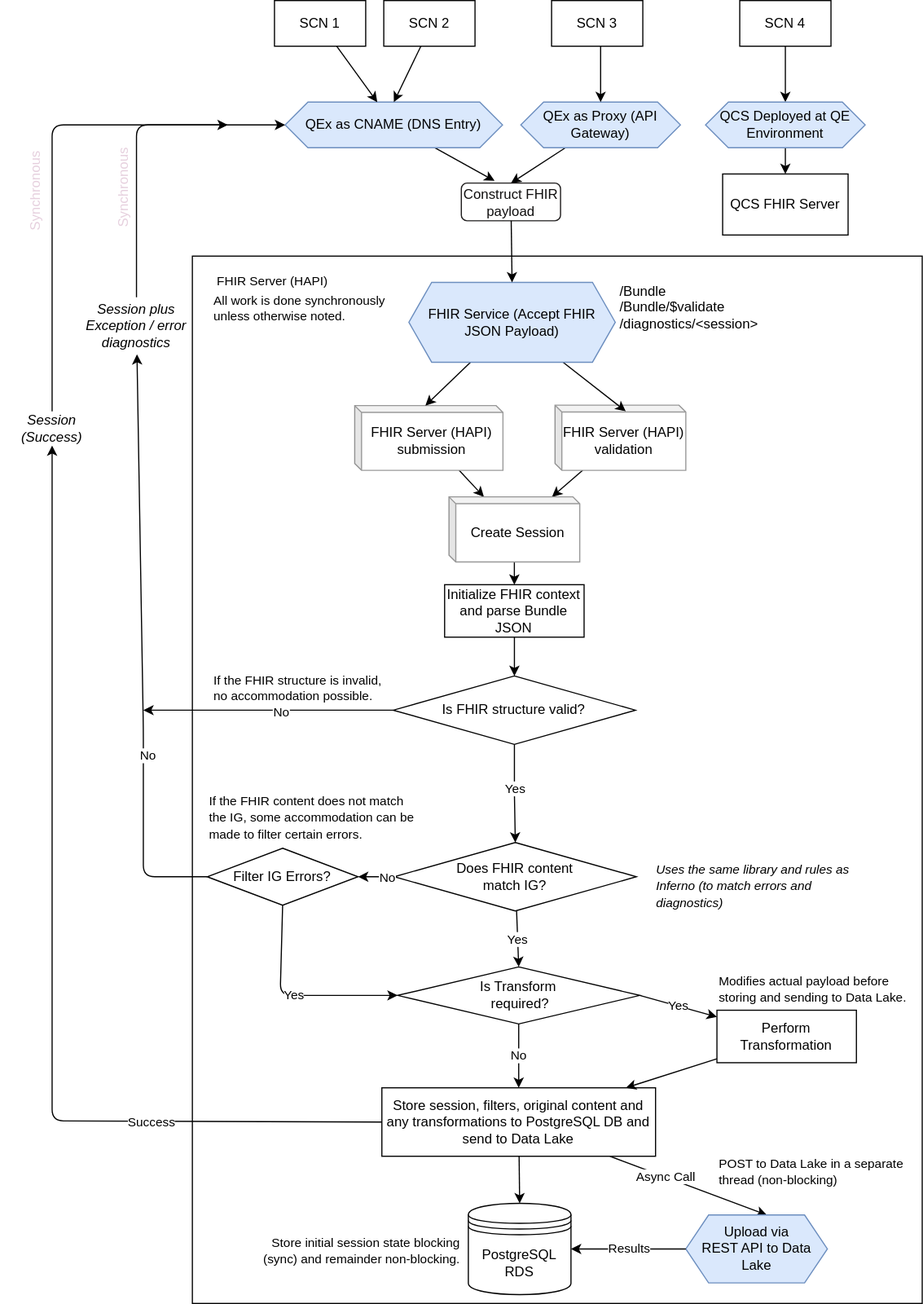
Earlier version of the draw.io export support/docs/qcs-fhir-service.drawio.svg (qe-collaborative-services/1115-hub). Source tidied: cells renumbered, new cells last; positions are measured from the earlier drawing's top-left corner, leaving out a move shared by most shapes.
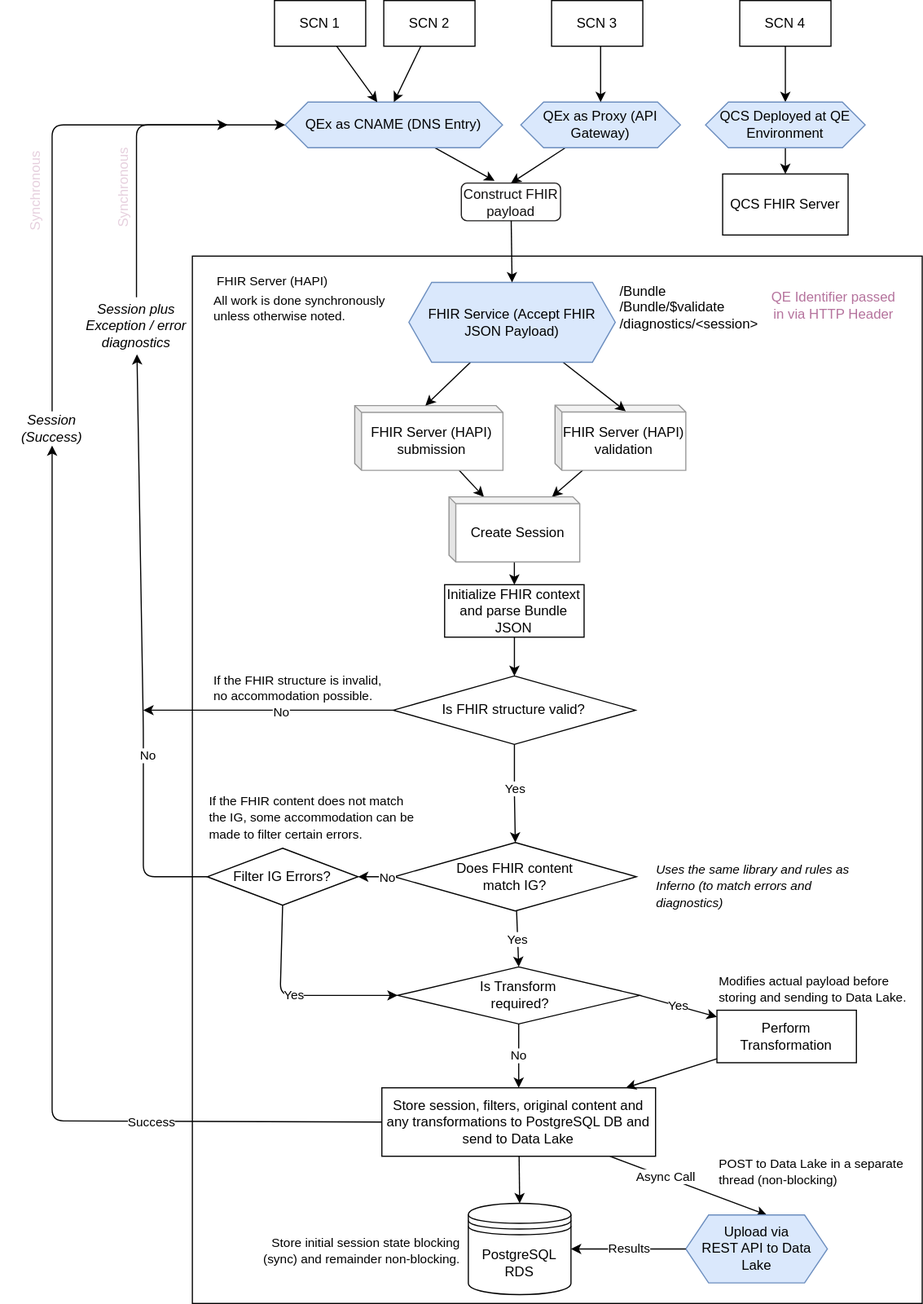
After the commit.

Commit message:
docs: indicate how QE ID is passed in

Change to the diagram source:
```diff
@@ -161,6 +161,9 @@
     <mxCell id="50" value="&lt;div style=&quot;&quot;&gt;&lt;span style=&quot;font-size: 11px; text-wrap: nowrap; background-color: rgb(255, 255, 255);&quot;&gt;If the FHIR structure is invalid,&lt;/span&gt;&lt;/div&gt;&lt;div style=&quot;&quot;&gt;&lt;span style=&quot;font-size: 11px; text-wrap: nowrap; background-color: rgb(255, 255, 255);&quot;&gt;no accommodation possible.&lt;/span&gt;&lt;/div&gt;" style="text;whiteSpace=wrap;html=1;align=left;" parent="7" vertex="1">
       <mxGeometry x="17" y="358" width="180" height="42" as="geometry" />
     </mxCell>
+    <mxCell id="73" value="QE Identifier passed&lt;div&gt;in via HTTP Header&lt;/div&gt;" style="text;html=1;align=center;verticalAlign=middle;strokeColor=none;fillColor=none;fontColor=#B5739D;" parent="7" vertex="1">
+      <mxGeometry x="497" y="23" width="130" height="40" as="geometry" />
+    </mxCell>
     <mxCell id="51" style="edgeStyle=none;html=1;fontColor=#000000;exitX=0;exitY=0.5;exitDx=0;exitDy=0;" parent="1" edge="1" source="27" target="5">
       <mxGeometry relative="1" as="geometry">
         <Array as="points">
```
